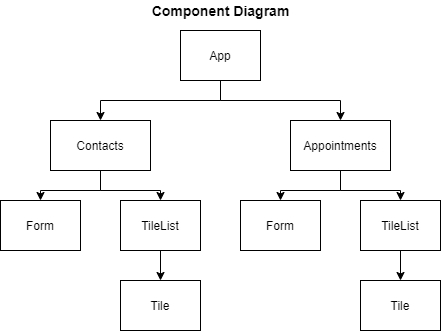
The draw.io diagram images/component.png in jaceva/react-challenge, before a commit. Source tidied: cells renumbered, new cells last; positions are measured from the earlier drawing's top-left corner, leaving out a move shared by most shapes.
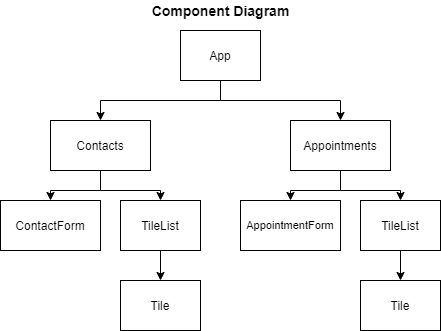
The same file after the commit.

Commit message:
updated component diagram again

What changed in the source:
```diff
@@ -39,10 +39,10 @@
       <mxGeometry x="310" y="130" width="60" height="30" as="geometry" />
     </mxCell>
     <mxCell id="14" style="rounded=0;whiteSpace=wrap;html=1;" parent="1" vertex="1">
-      <mxGeometry y="200" width="80" height="50" as="geometry" />
+      <mxGeometry y="200" width="100" height="50" as="geometry" />
     </mxCell>
-    <mxCell id="15" value="Form" style="text;html=1;strokeColor=none;fillColor=none;align=center;verticalAlign=middle;whiteSpace=wrap;rounded=0;" parent="1" vertex="1">
-      <mxGeometry x="10" y="210" width="60" height="30" as="geometry" />
+    <mxCell id="15" value="ContactForm" style="text;html=1;strokeColor=none;fillColor=none;align=center;verticalAlign=middle;whiteSpace=wrap;rounded=0;" parent="1" vertex="1">
+      <mxGeometry x="20" y="210" width="60" height="30" as="geometry" />
     </mxCell>
     <mxCell id="16" style="edgeStyle=orthogonalEdgeStyle;rounded=0;jettySize=auto;html=1;exitX=0.5;exitY=1;exitDx=0;exitDy=0;entryX=0.5;entryY=0;entryDx=0;entryDy=0;" parent="1" edge="1" source="17" target="25">
       <mxGeometry relative="1" as="geometry" />
@@ -54,10 +54,10 @@
       <mxGeometry x="130" y="210" width="60" height="30" as="geometry" />
     </mxCell>
     <mxCell id="19" style="rounded=0;whiteSpace=wrap;html=1;" parent="1" vertex="1">
-      <mxGeometry x="240" y="200" width="80" height="50" as="geometry" />
+      <mxGeometry x="240" y="200" width="100" height="50" as="geometry" />
     </mxCell>
-    <mxCell id="20" value="Form" style="text;html=1;strokeColor=none;fillColor=none;align=center;verticalAlign=middle;whiteSpace=wrap;rounded=0;" parent="1" vertex="1">
-      <mxGeometry x="250" y="210" width="60" height="30" as="geometry" />
+    <mxCell id="20" value="AppointmentForm" style="text;html=1;strokeColor=none;fillColor=none;align=center;verticalAlign=middle;whiteSpace=wrap;rounded=0;fontSize=11;" parent="1" vertex="1">
+      <mxGeometry x="260" y="210" width="60" height="30" as="geometry" />
     </mxCell>
     <mxCell id="21" style="edgeStyle=orthogonalEdgeStyle;rounded=0;jettySize=auto;html=1;exitX=0.5;exitY=1;exitDx=0;exitDy=0;entryX=0.5;entryY=0;entryDx=0;entryDy=0;" parent="1" edge="1" source="22" target="27">
       <mxGeometry relative="1" as="geometry" />
```
